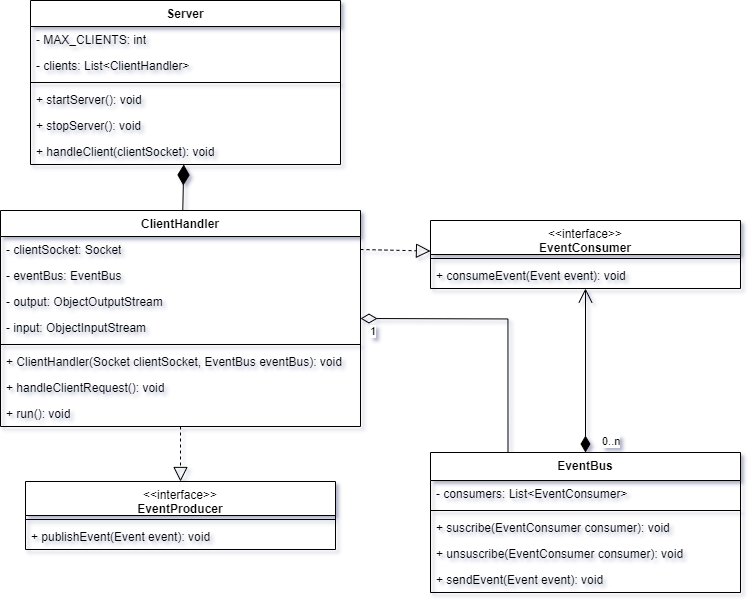
Above: docs/imgs/CD_Server_Network_Manager.png in SilverFlin/DominosPizza (draw.io), before the change. Source tidied: cells renumbered, new cells last; positions are measured from the earlier drawing's top-left corner, leaving out a move shared by most shapes. Source of this version:
```xml
<mxGraphModel>
  <root>
    <mxCell id="0" />
    <mxCell id="1" parent="0" />
    <mxCell id="2" value="Server" style="swimlane;fontStyle=1;align=center;verticalAlign=top;horizontal=1;startSize=26;whiteSpace=wrap;html=1;" parent="1" vertex="1">
      <mxGeometry x="30" width="310" height="164" as="geometry" />
    </mxCell>
    <mxCell id="3" value="- MAX_CLIENTS: int" style="text;strokeColor=none;fillColor=none;align=left;verticalAlign=top;spacingLeft=4;spacingRight=4;overflow=hidden;whiteSpace=wrap;html=1;" parent="2" vertex="1">
      <mxGeometry y="26" width="310" height="26" as="geometry" />
    </mxCell>
    <mxCell id="4" value="- clients: List&amp;lt;ClientHandler&amp;gt;" style="text;strokeColor=none;fillColor=none;align=left;verticalAlign=top;spacingLeft=4;spacingRight=4;overflow=hidden;whiteSpace=wrap;html=1;" parent="2" vertex="1">
      <mxGeometry y="52" width="310" height="26" as="geometry" />
    </mxCell>
    <mxCell id="5" style="line;strokeWidth=1;fillColor=none;align=left;verticalAlign=middle;spacingTop=-1;spacingLeft=3;spacingRight=3;labelPosition=right;strokeColor=inherit;" parent="2" vertex="1">
      <mxGeometry y="78" width="310" height="8" as="geometry" />
    </mxCell>
    <mxCell id="6" value="+ startServer(): void" style="text;strokeColor=none;fillColor=none;align=left;verticalAlign=top;spacingLeft=4;spacingRight=4;overflow=hidden;whiteSpace=wrap;html=1;" parent="2" vertex="1">
      <mxGeometry y="86" width="310" height="26" as="geometry" />
    </mxCell>
    <mxCell id="7" value="+ stopServer(): void" style="text;strokeColor=none;fillColor=none;align=left;verticalAlign=top;spacingLeft=4;spacingRight=4;overflow=hidden;whiteSpace=wrap;html=1;" parent="2" vertex="1">
      <mxGeometry y="112" width="310" height="26" as="geometry" />
    </mxCell>
    <mxCell id="8" value="+ handleClient(clientSocket): void" style="text;strokeColor=none;fillColor=none;align=left;verticalAlign=top;spacingLeft=4;spacingRight=4;overflow=hidden;whiteSpace=wrap;html=1;" parent="2" vertex="1">
      <mxGeometry y="138" width="310" height="26" as="geometry" />
    </mxCell>
    <mxCell id="9" value="ClientHandler" style="swimlane;fontStyle=1;align=center;verticalAlign=top;horizontal=1;startSize=26;whiteSpace=wrap;html=1;" parent="1" vertex="1">
      <mxGeometry y="210" width="360" height="216" as="geometry" />
    </mxCell>
    <mxCell id="10" value="- clientSocket: Socket" style="text;strokeColor=none;fillColor=none;align=left;verticalAlign=top;spacingLeft=4;spacingRight=4;overflow=hidden;points=[[0,0.5],[1,0.5]];portConstraint=eastwest;whiteSpace=wrap;html=1;" parent="9" vertex="1">
      <mxGeometry y="26" width="360" height="26" as="geometry" />
    </mxCell>
    <mxCell id="11" value="- eventBus: EventBus" style="text;strokeColor=none;fillColor=none;align=left;verticalAlign=top;spacingLeft=4;spacingRight=4;overflow=hidden;whiteSpace=wrap;html=1;" parent="9" vertex="1">
      <mxGeometry y="52" width="360" height="26" as="geometry" />
    </mxCell>
    <mxCell id="12" value="- output: ObjectOutputStream" style="text;strokeColor=none;fillColor=none;align=left;verticalAlign=top;spacingLeft=4;spacingRight=4;overflow=hidden;whiteSpace=wrap;html=1;" parent="9" vertex="1">
      <mxGeometry y="78" width="360" height="26" as="geometry" />
    </mxCell>
    <mxCell id="13" value="- input: ObjectInputStream" style="text;strokeColor=none;fillColor=none;align=left;verticalAlign=top;spacingLeft=4;spacingRight=4;overflow=hidden;whiteSpace=wrap;html=1;" parent="9" vertex="1">
      <mxGeometry y="104" width="360" height="26" as="geometry" />
    </mxCell>
    <mxCell id="14" style="line;strokeWidth=1;fillColor=none;align=left;verticalAlign=middle;spacingTop=-1;spacingLeft=3;spacingRight=3;labelPosition=right;strokeColor=inherit;" parent="9" vertex="1">
      <mxGeometry y="130" width="360" height="8" as="geometry" />
    </mxCell>
    <mxCell id="15" value="+ ClientHandler(Socket clientSocket, EventBus eventBus): void" style="text;strokeColor=none;fillColor=none;align=left;verticalAlign=top;spacingLeft=4;spacingRight=4;overflow=hidden;whiteSpace=wrap;html=1;" parent="9" vertex="1">
      <mxGeometry y="138" width="360" height="26" as="geometry" />
    </mxCell>
    <mxCell id="16" value="+ handleClientRequest(): void" style="text;strokeColor=none;fillColor=none;align=left;verticalAlign=top;spacingLeft=4;spacingRight=4;overflow=hidden;whiteSpace=wrap;html=1;" parent="9" vertex="1">
      <mxGeometry y="164" width="360" height="26" as="geometry" />
    </mxCell>
    <mxCell id="17" value="+ run(): void" style="text;strokeColor=none;fillColor=none;align=left;verticalAlign=top;spacingLeft=4;spacingRight=4;overflow=hidden;whiteSpace=wrap;html=1;" parent="9" vertex="1">
      <mxGeometry y="190" width="360" height="26" as="geometry" />
    </mxCell>
    <mxCell id="18" style="endArrow=diamondThin;endFill=1;endSize=18;html=1;rounded=0;" parent="1" edge="1" source="9" target="2">
      <mxGeometry relative="1" as="geometry" />
    </mxCell>
    <mxCell id="19" value="EventBus" style="swimlane;fontStyle=1;align=center;verticalAlign=top;horizontal=1;startSize=28;whiteSpace=wrap;html=1;" parent="1" vertex="1">
      <mxGeometry x="430" y="452" width="310" height="140" as="geometry" />
    </mxCell>
    <mxCell id="20" value="- consumers: List&amp;lt;EventConsumer&amp;gt;" style="text;strokeColor=none;fillColor=none;align=left;verticalAlign=top;spacingLeft=4;spacingRight=4;overflow=hidden;whiteSpace=wrap;html=1;" parent="19" vertex="1">
      <mxGeometry y="28" width="310" height="26" as="geometry" />
    </mxCell>
    <mxCell id="21" style="line;strokeWidth=1;fillColor=none;align=left;verticalAlign=middle;spacingTop=-1;spacingLeft=3;spacingRight=3;labelPosition=right;strokeColor=inherit;" parent="19" vertex="1">
      <mxGeometry y="54" width="310" height="8" as="geometry" />
    </mxCell>
    <mxCell id="22" value="+ suscribe(EventConsumer consumer): void" style="text;strokeColor=none;fillColor=none;align=left;verticalAlign=top;spacingLeft=4;spacingRight=4;overflow=hidden;whiteSpace=wrap;html=1;" parent="19" vertex="1">
      <mxGeometry y="62" width="310" height="26" as="geometry" />
    </mxCell>
    <mxCell id="23" value="+ unsuscribe(EventConsumer consumer): void" style="text;strokeColor=none;fillColor=none;align=left;verticalAlign=top;spacingLeft=4;spacingRight=4;overflow=hidden;whiteSpace=wrap;html=1;" parent="19" vertex="1">
      <mxGeometry y="88" width="310" height="26" as="geometry" />
    </mxCell>
    <mxCell id="24" value="+ sendEvent(Event event): void" style="text;strokeColor=none;fillColor=none;align=left;verticalAlign=top;spacingLeft=4;spacingRight=4;overflow=hidden;whiteSpace=wrap;html=1;" parent="19" vertex="1">
      <mxGeometry y="114" width="310" height="26" as="geometry" />
    </mxCell>
    <mxCell id="25" value="&lt;span style=&quot;font-weight: normal;&quot;&gt;&amp;lt;&amp;lt;interface&amp;gt;&amp;gt;&lt;/span&gt;&lt;br&gt;EventConsumer" style="swimlane;fontStyle=1;align=center;verticalAlign=top;horizontal=1;startSize=34;whiteSpace=wrap;html=1;" parent="1" vertex="1">
      <mxGeometry x="430" y="220" width="310" height="68" as="geometry" />
    </mxCell>
    <mxCell id="26" style="line;strokeWidth=1;fillColor=none;align=left;verticalAlign=middle;spacingTop=-1;spacingLeft=3;spacingRight=3;labelPosition=right;strokeColor=inherit;" parent="25" vertex="1">
      <mxGeometry y="34" width="310" height="8" as="geometry" />
    </mxCell>
    <mxCell id="27" value="+ consumeEvent(Event event): void" style="text;strokeColor=none;fillColor=none;align=left;verticalAlign=top;spacingLeft=4;spacingRight=4;overflow=hidden;whiteSpace=wrap;html=1;" parent="25" vertex="1">
      <mxGeometry y="42" width="310" height="26" as="geometry" />
    </mxCell>
    <mxCell id="28" style="endArrow=block;dashed=1;endFill=0;endSize=12;html=1;rounded=0;exitX=1;exitY=0.5;exitDx=0;exitDy=0;" parent="1" edge="1" source="10" target="25">
      <mxGeometry relative="1" as="geometry" />
    </mxCell>
    <mxCell id="29" value="&lt;span style=&quot;font-weight: normal;&quot;&gt;&amp;lt;&amp;lt;interface&amp;gt;&amp;gt;&lt;/span&gt;&lt;br&gt;EventProducer" style="swimlane;fontStyle=1;align=center;verticalAlign=top;horizontal=1;startSize=34;whiteSpace=wrap;html=1;" parent="1" vertex="1">
      <mxGeometry x="25" y="481" width="310" height="68" as="geometry" />
    </mxCell>
    <mxCell id="30" style="line;strokeWidth=1;fillColor=none;align=left;verticalAlign=middle;spacingTop=-1;spacingLeft=3;spacingRight=3;labelPosition=right;strokeColor=inherit;" parent="29" vertex="1">
      <mxGeometry y="34" width="310" height="8" as="geometry" />
    </mxCell>
    <mxCell id="31" value="+ publishEvent(Event event): void" style="text;strokeColor=none;fillColor=none;align=left;verticalAlign=top;spacingLeft=4;spacingRight=4;overflow=hidden;whiteSpace=wrap;html=1;" parent="29" vertex="1">
      <mxGeometry y="42" width="310" height="26" as="geometry" />
    </mxCell>
    <mxCell id="32" style="endArrow=block;dashed=1;endFill=0;endSize=12;html=1;rounded=0;" parent="1" edge="1" source="9" target="29">
      <mxGeometry relative="1" as="geometry" />
    </mxCell>
    <mxCell id="33" value="0..n" style="endArrow=open;html=1;endSize=12;startArrow=diamondThin;startSize=14;startFill=1;edgeStyle=orthogonalEdgeStyle;align=left;verticalAlign=bottom;rounded=0;exitX=0.5;exitY=0;exitDx=0;exitDy=0;" parent="1" edge="1" source="19" target="25">
      <mxGeometry x="-0.97" y="-15" relative="1" as="geometry" />
    </mxCell>
    <mxCell id="34" value="1" style="endArrow=none;html=1;endSize=12;startArrow=diamondThin;startSize=14;startFill=0;edgeStyle=orthogonalEdgeStyle;align=left;verticalAlign=bottom;rounded=0;entryX=0.25;entryY=0;entryDx=0;entryDy=0;endFill=0;" parent="1" edge="1" target="19">
      <mxGeometry x="-0.95" y="-22" relative="1" as="geometry">
        <mxPoint x="360" y="318" as="sourcePoint" />
      </mxGeometry>
    </mxCell>
  </root>
</mxGraphModel>
```
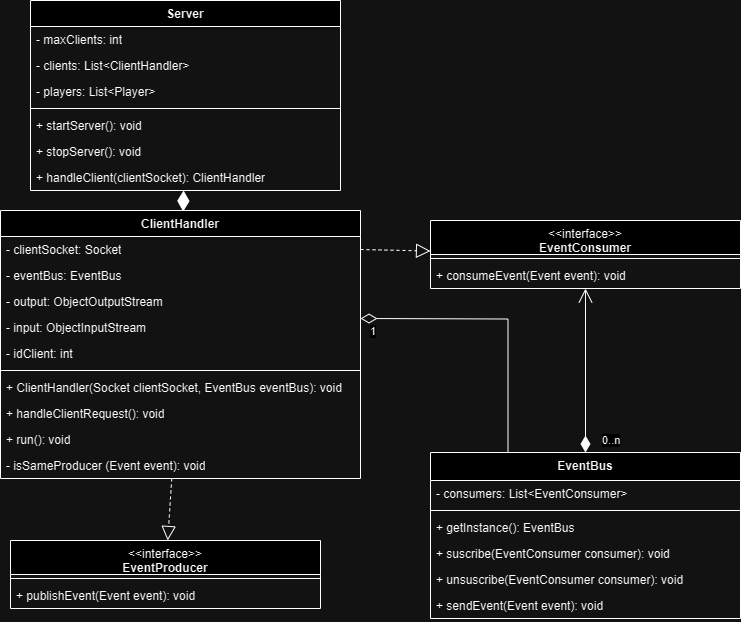
The same file after the commit.

The edit, as a diff of the source:
```diff
@@ -3,28 +3,31 @@
     <mxCell id="0" />
     <mxCell id="1" parent="0" />
     <mxCell id="2" value="Server" style="swimlane;fontStyle=1;align=center;verticalAlign=top;horizontal=1;startSize=26;whiteSpace=wrap;html=1;" parent="1" vertex="1">
-      <mxGeometry x="30" width="310" height="164" as="geometry" />
+      <mxGeometry x="30" width="310" height="190" as="geometry" />
     </mxCell>
-    <mxCell id="3" value="- MAX_CLIENTS: int" style="text;strokeColor=none;fillColor=none;align=left;verticalAlign=top;spacingLeft=4;spacingRight=4;overflow=hidden;whiteSpace=wrap;html=1;" parent="2" vertex="1">
+    <mxCell id="3" value="- maxClients: int" style="text;strokeColor=none;fillColor=none;align=left;verticalAlign=top;spacingLeft=4;spacingRight=4;overflow=hidden;whiteSpace=wrap;html=1;" parent="2" vertex="1">
       <mxGeometry y="26" width="310" height="26" as="geometry" />
     </mxCell>
     <mxCell id="4" value="- clients: List&amp;lt;ClientHandler&amp;gt;" style="text;strokeColor=none;fillColor=none;align=left;verticalAlign=top;spacingLeft=4;spacingRight=4;overflow=hidden;whiteSpace=wrap;html=1;" parent="2" vertex="1">
       <mxGeometry y="52" width="310" height="26" as="geometry" />
     </mxCell>
+    <mxCell id="35" value="- players: List&amp;lt;Player&amp;gt;&amp;nbsp;" style="text;strokeColor=none;fillColor=none;align=left;verticalAlign=top;spacingLeft=4;spacingRight=4;overflow=hidden;whiteSpace=wrap;html=1;" parent="2" vertex="1">
+      <mxGeometry y="78" width="310" height="26" as="geometry" />
+    </mxCell>
     <mxCell id="5" style="line;strokeWidth=1;fillColor=none;align=left;verticalAlign=middle;spacingTop=-1;spacingLeft=3;spacingRight=3;labelPosition=right;strokeColor=inherit;" parent="2" vertex="1">
-      <mxGeometry y="78" width="310" height="8" as="geometry" />
+      <mxGeometry y="104" width="310" height="8" as="geometry" />
     </mxCell>
     <mxCell id="6" value="+ startServer(): void" style="text;strokeColor=none;fillColor=none;align=left;verticalAlign=top;spacingLeft=4;spacingRight=4;overflow=hidden;whiteSpace=wrap;html=1;" parent="2" vertex="1">
-      <mxGeometry y="86" width="310" height="26" as="geometry" />
+      <mxGeometry y="112" width="310" height="26" as="geometry" />
     </mxCell>
     <mxCell id="7" value="+ stopServer(): void" style="text;strokeColor=none;fillColor=none;align=left;verticalAlign=top;spacingLeft=4;spacingRight=4;overflow=hidden;whiteSpace=wrap;html=1;" parent="2" vertex="1">
-      <mxGeometry y="112" width="310" height="26" as="geometry" />
+      <mxGeometry y="138" width="310" height="26" as="geometry" />
     </mxCell>
-    <mxCell id="8" value="+ handleClient(clientSocket): void" style="text;strokeColor=none;fillColor=none;align=left;verticalAlign=top;spacingLeft=4;spacingRight=4;overflow=hidden;whiteSpace=wrap;html=1;" parent="2" vertex="1">
-      <mxGeometry y="138" width="310" height="26" as="geometry" />
+    <mxCell id="8" value="+ handleClient(clientSocket): ClientHandler" style="text;strokeColor=none;fillColor=none;align=left;verticalAlign=top;spacingLeft=4;spacingRight=4;overflow=hidden;whiteSpace=wrap;html=1;" parent="2" vertex="1">
+      <mxGeometry y="164" width="310" height="26" as="geometry" />
     </mxCell>
     <mxCell id="9" value="ClientHandler" style="swimlane;fontStyle=1;align=center;verticalAlign=top;horizontal=1;startSize=26;whiteSpace=wrap;html=1;" parent="1" vertex="1">
-      <mxGeometry y="210" width="360" height="216" as="geometry" />
+      <mxGeometry y="210" width="360" height="268" as="geometry" />
     </mxCell>
     <mxCell id="10" value="- clientSocket: Socket" style="text;strokeColor=none;fillColor=none;align=left;verticalAlign=top;spacingLeft=4;spacingRight=4;overflow=hidden;points=[[0,0.5],[1,0.5]];portConstraint=eastwest;whiteSpace=wrap;html=1;" parent="9" vertex="1">
       <mxGeometry y="26" width="360" height="26" as="geometry" />
@@ -38,23 +41,29 @@
     <mxCell id="13" value="- input: ObjectInputStream" style="text;strokeColor=none;fillColor=none;align=left;verticalAlign=top;spacingLeft=4;spacingRight=4;overflow=hidden;whiteSpace=wrap;html=1;" parent="9" vertex="1">
       <mxGeometry y="104" width="360" height="26" as="geometry" />
     </mxCell>
+    <mxCell id="36" value="- idClient: int" style="text;strokeColor=none;fillColor=none;align=left;verticalAlign=top;spacingLeft=4;spacingRight=4;overflow=hidden;whiteSpace=wrap;html=1;" parent="9" vertex="1">
+      <mxGeometry y="130" width="360" height="26" as="geometry" />
+    </mxCell>
     <mxCell id="14" style="line;strokeWidth=1;fillColor=none;align=left;verticalAlign=middle;spacingTop=-1;spacingLeft=3;spacingRight=3;labelPosition=right;strokeColor=inherit;" parent="9" vertex="1">
-      <mxGeometry y="130" width="360" height="8" as="geometry" />
+      <mxGeometry y="156" width="360" height="8" as="geometry" />
     </mxCell>
     <mxCell id="15" value="+ ClientHandler(Socket clientSocket, EventBus eventBus): void" style="text;strokeColor=none;fillColor=none;align=left;verticalAlign=top;spacingLeft=4;spacingRight=4;overflow=hidden;whiteSpace=wrap;html=1;" parent="9" vertex="1">
-      <mxGeometry y="138" width="360" height="26" as="geometry" />
+      <mxGeometry y="164" width="360" height="26" as="geometry" />
     </mxCell>
     <mxCell id="16" value="+ handleClientRequest(): void" style="text;strokeColor=none;fillColor=none;align=left;verticalAlign=top;spacingLeft=4;spacingRight=4;overflow=hidden;whiteSpace=wrap;html=1;" parent="9" vertex="1">
-      <mxGeometry y="164" width="360" height="26" as="geometry" />
+      <mxGeometry y="190" width="360" height="26" as="geometry" />
     </mxCell>
     <mxCell id="17" value="+ run(): void" style="text;strokeColor=none;fillColor=none;align=left;verticalAlign=top;spacingLeft=4;spacingRight=4;overflow=hidden;whiteSpace=wrap;html=1;" parent="9" vertex="1">
-      <mxGeometry y="190" width="360" height="26" as="geometry" />
+      <mxGeometry y="216" width="360" height="26" as="geometry" />
     </mxCell>
+    <mxCell id="37" value="- isSameProducer (Event event): void" style="text;strokeColor=none;fillColor=none;align=left;verticalAlign=top;spacingLeft=4;spacingRight=4;overflow=hidden;whiteSpace=wrap;html=1;" parent="9" vertex="1">
+      <mxGeometry y="242" width="360" height="26" as="geometry" />
+    </mxCell>
     <mxCell id="18" style="endArrow=diamondThin;endFill=1;endSize=18;html=1;rounded=0;" parent="1" edge="1" source="9" target="2">
       <mxGeometry relative="1" as="geometry" />
     </mxCell>
     <mxCell id="19" value="EventBus" style="swimlane;fontStyle=1;align=center;verticalAlign=top;horizontal=1;startSize=28;whiteSpace=wrap;html=1;" parent="1" vertex="1">
-      <mxGeometry x="430" y="452" width="310" height="140" as="geometry" />
+      <mxGeometry x="430" y="452" width="310" height="166" as="geometry" />
     </mxCell>
     <mxCell id="20" value="- consumers: List&amp;lt;EventConsumer&amp;gt;" style="text;strokeColor=none;fillColor=none;align=left;verticalAlign=top;spacingLeft=4;spacingRight=4;overflow=hidden;whiteSpace=wrap;html=1;" parent="19" vertex="1">
       <mxGeometry y="28" width="310" height="26" as="geometry" />
@@ -62,14 +71,17 @@
     <mxCell id="21" style="line;strokeWidth=1;fillColor=none;align=left;verticalAlign=middle;spacingTop=-1;spacingLeft=3;spacingRight=3;labelPosition=right;strokeColor=inherit;" parent="19" vertex="1">
       <mxGeometry y="54" width="310" height="8" as="geometry" />
     </mxCell>
+    <mxCell id="38" value="+ getInstance(): EventBus" style="text;strokeColor=none;fillColor=none;align=left;verticalAlign=top;spacingLeft=4;spacingRight=4;overflow=hidden;whiteSpace=wrap;html=1;" parent="19" vertex="1">
+      <mxGeometry y="62" width="310" height="26" as="geometry" />
+    </mxCell>
     <mxCell id="22" value="+ suscribe(EventConsumer consumer): void" style="text;strokeColor=none;fillColor=none;align=left;verticalAlign=top;spacingLeft=4;spacingRight=4;overflow=hidden;whiteSpace=wrap;html=1;" parent="19" vertex="1">
-      <mxGeometry y="62" width="310" height="26" as="geometry" />
+      <mxGeometry y="88" width="310" height="26" as="geometry" />
     </mxCell>
     <mxCell id="23" value="+ unsuscribe(EventConsumer consumer): void" style="text;strokeColor=none;fillColor=none;align=left;verticalAlign=top;spacingLeft=4;spacingRight=4;overflow=hidden;whiteSpace=wrap;html=1;" parent="19" vertex="1">
-      <mxGeometry y="88" width="310" height="26" as="geometry" />
+      <mxGeometry y="114" width="310" height="26" as="geometry" />
     </mxCell>
     <mxCell id="24" value="+ sendEvent(Event event): void" style="text;strokeColor=none;fillColor=none;align=left;verticalAlign=top;spacingLeft=4;spacingRight=4;overflow=hidden;whiteSpace=wrap;html=1;" parent="19" vertex="1">
-      <mxGeometry y="114" width="310" height="26" as="geometry" />
+      <mxGeometry y="140" width="310" height="26" as="geometry" />
     </mxCell>
     <mxCell id="25" value="&lt;span style=&quot;font-weight: normal;&quot;&gt;&amp;lt;&amp;lt;interface&amp;gt;&amp;gt;&lt;/span&gt;&lt;br&gt;EventConsumer" style="swimlane;fontStyle=1;align=center;verticalAlign=top;horizontal=1;startSize=34;whiteSpace=wrap;html=1;" parent="1" vertex="1">
       <mxGeometry x="430" y="220" width="310" height="68" as="geometry" />
@@ -84,7 +96,7 @@
       <mxGeometry relative="1" as="geometry" />
     </mxCell>
     <mxCell id="29" value="&lt;span style=&quot;font-weight: normal;&quot;&gt;&amp;lt;&amp;lt;interface&amp;gt;&amp;gt;&lt;/span&gt;&lt;br&gt;EventProducer" style="swimlane;fontStyle=1;align=center;verticalAlign=top;horizontal=1;startSize=34;whiteSpace=wrap;html=1;" parent="1" vertex="1">
-      <mxGeometry x="25" y="481" width="310" height="68" as="geometry" />
+      <mxGeometry x="10" y="540" width="310" height="68" as="geometry" />
     </mxCell>
     <mxCell id="30" style="line;strokeWidth=1;fillColor=none;align=left;verticalAlign=middle;spacingTop=-1;spacingLeft=3;spacingRight=3;labelPosition=right;strokeColor=inherit;" parent="29" vertex="1">
       <mxGeometry y="34" width="310" height="8" as="geometry" />
```
